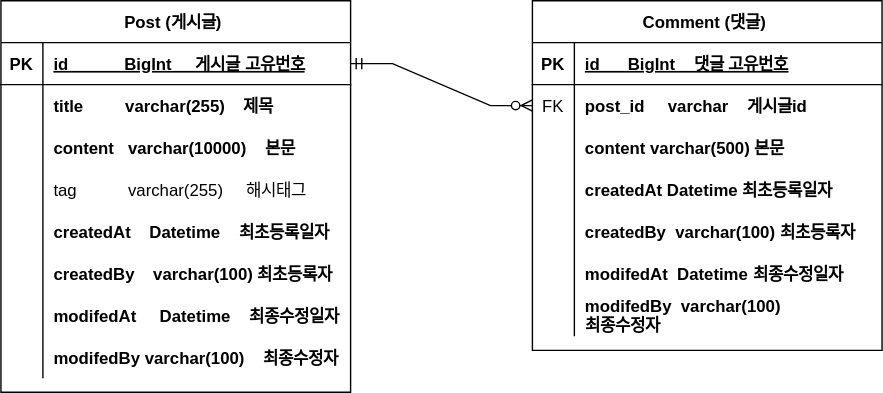
Above: document/spring-board-erd.svg in amy4229/amy-spring-board (draw.io), before the change. Source tidied: cells renumbered, new cells last; positions are measured from the earlier drawing's top-left corner, leaving out a move shared by most shapes.
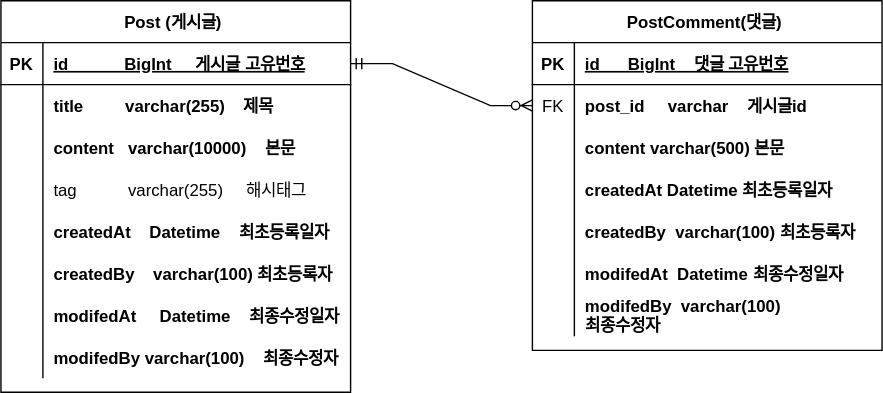
Later version of the same file.

Commit message:
#8 FIX [doc, domain] DB테이블명 예약어 사용관련 오류대응

Comment => PostComment
예약어 comment를 DB테이블명으로 사용하여 오류발생

Change to the diagram source:
```diff
@@ -77,7 +77,7 @@
     <mxCell id="26" value="modifedBy varchar(100)    최종수정자" style="shape=partialRectangle;overflow=hidden;fillColor=none;top=0;left=0;bottom=0;right=0;align=left;spacingLeft=6;fontStyle=1;" parent="24" vertex="1">
       <mxGeometry x="30" width="220" height="30" as="geometry" />
     </mxCell>
-    <mxCell id="27" value="Comment (댓글) " style="shape=table;startSize=30;rowLines=0;fontStyle=1;align=center;" parent="1" vertex="1">
+    <mxCell id="27" value="PostComment(댓글) " style="shape=table;startSize=30;rowLines=0;fontStyle=1;align=center;" parent="1" vertex="1">
       <mxGeometry x="380" width="250" height="250" as="geometry" />
     </mxCell>
     <mxCell id="28" style="shape=partialRectangle;fillColor=none;top=0;left=0;right=0;bottom=1;" parent="27" vertex="1">
```
